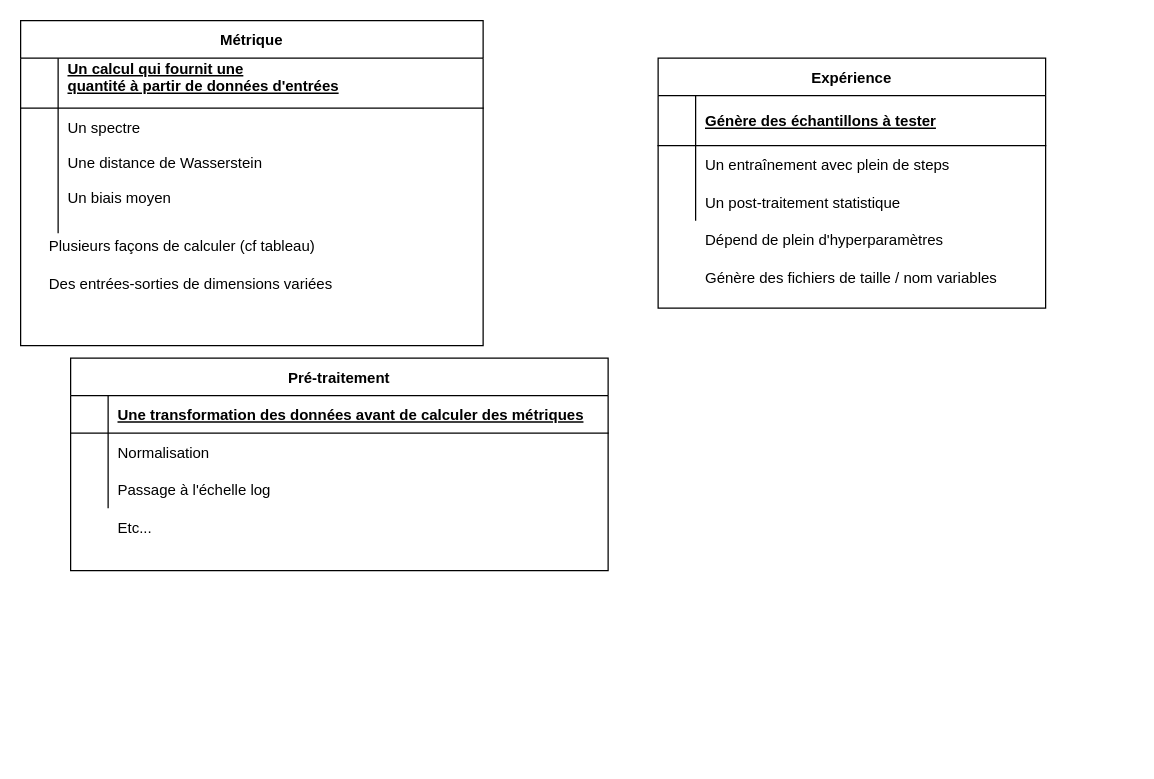
Earlier version of the draw.io diagram schemas_score_crawl.drawio (flyIchtus/score_crawl). Source tidied: cells renumbered, new cells numbered last; positions are measured from the earlier drawing's top-left corner, leaving out a move shared by most shapes. Both pictures are drawn from the tidied source at 125%, with x=0, y=0 at pixel (20, 20).
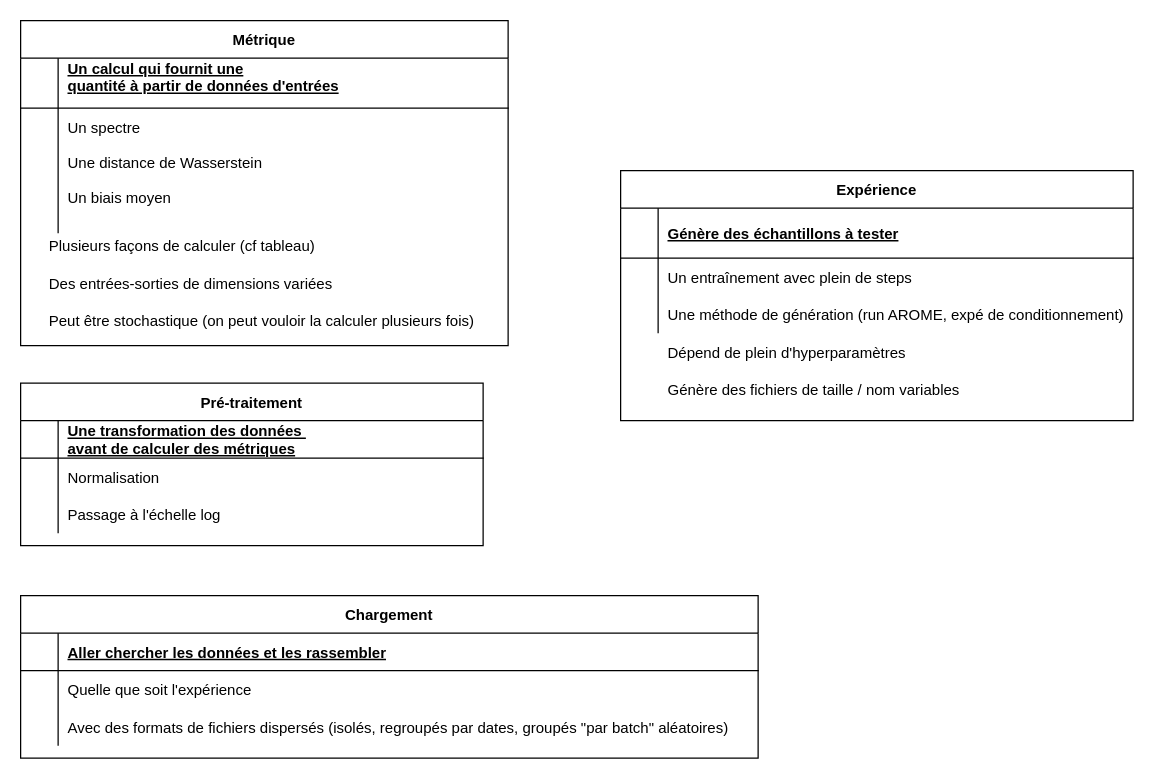
The same page after the edit.

Commit message (it also covers changes not shown here):
Mettre à jour schemas_score_crawl.drawio

The edit, as a diff of the source:
```diff
@@
     <mxCell id="2" value="Pré-traitement" style="shape=table;startSize=30;childLayout=tableLayout;rowLines=0;fontStyle=1;align=center;" parent="1" vertex="1">
-      <mxGeometry x="40" y="270" width="430" height="170" as="geometry" />
+      <mxGeometry y="290" width="370" height="130" as="geometry" />
     </mxCell>
     <mxCell id="3" style="shape=partialRectangle;fillColor=none;top=0;left=0;right=0;bottom=1;" parent="2" vertex="1">
-      <mxGeometry y="30" width="430" height="30" as="geometry" />
+      <mxGeometry y="30" width="370" height="30" as="geometry" />
     </mxCell>
@@
-    <mxCell id="5" value="Une transformation des données avant de calculer des métriques" style="shape=partialRectangle;overflow=hidden;fillColor=none;top=0;left=0;bottom=0;right=0;align=left;spacingLeft=6;fontStyle=5;" parent="3" vertex="1">
-      <mxGeometry x="30" width="400" height="30" as="geometry" />
+    <mxCell id="5" value="Une transformation des données &#10;avant de calculer des métriques" style="shape=partialRectangle;overflow=hidden;fillColor=none;top=0;left=0;bottom=0;right=0;align=left;spacingLeft=6;fontStyle=5;" parent="3" vertex="1">
+      <mxGeometry x="30" width="340" height="30" as="geometry" />
     </mxCell>
     <mxCell id="6" style="shape=partialRectangle;fillColor=none;top=0;left=0;right=0;bottom=0;" parent="2" vertex="1">
-      <mxGeometry y="60" width="430" height="30" as="geometry" />
+      <mxGeometry y="60" width="370" height="30" as="geometry" />
     </mxCell>
@@
     <mxCell id="8" value="Normalisation" style="shape=partialRectangle;overflow=hidden;fillColor=none;top=0;left=0;bottom=0;right=0;align=left;spacingLeft=6;" parent="6" vertex="1">
-      <mxGeometry x="30" width="400" height="30" as="geometry" />
+      <mxGeometry x="30" width="340" height="30" as="geometry" />
     </mxCell>
     <mxCell id="9" style="shape=partialRectangle;fillColor=none;top=0;left=0;right=0;bottom=0;" parent="2" vertex="1">
-      <mxGeometry y="90" width="430" height="30" as="geometry" />
+      <mxGeometry y="90" width="370" height="30" as="geometry" />
     </mxCell>
@@
     <mxCell id="11" value="Passage à l'échelle log" style="shape=partialRectangle;overflow=hidden;fillColor=none;top=0;left=0;bottom=0;right=0;align=left;spacingLeft=6;" parent="9" vertex="1">
-      <mxGeometry x="30" width="400" height="30" as="geometry" />
+      <mxGeometry x="30" width="340" height="30" as="geometry" />
     </mxCell>
     <mxCell id="12" value="Métrique" style="shape=table;startSize=30;childLayout=tableLayout;rowLines=0;fontStyle=1;align=center;" parent="1" vertex="1">
-      <mxGeometry width="370" height="260" as="geometry" />
+      <mxGeometry width="390" height="260" as="geometry" />
     </mxCell>
     <mxCell id="13" style="shape=partialRectangle;fillColor=none;top=0;left=0;right=0;bottom=1;" parent="12" vertex="1">
-      <mxGeometry y="30" width="370" height="40" as="geometry" />
+      <mxGeometry y="30" width="390" height="40" as="geometry" />
     </mxCell>
@@
     <mxCell id="15" value="Un calcul qui fournit une &#10;quantité à partir de données d'entrées&#10;&#10;" style="shape=partialRectangle;overflow=hidden;fillColor=none;top=0;left=0;bottom=0;right=0;align=left;spacingLeft=6;fontStyle=5;" parent="13" vertex="1">
-      <mxGeometry x="30" width="340" height="40" as="geometry" />
+      <mxGeometry x="30" width="360" height="40" as="geometry" />
     </mxCell>
     <mxCell id="16" style="shape=partialRectangle;fillColor=none;top=0;left=0;right=0;bottom=0;" parent="12" vertex="1">
-      <mxGeometry y="70" width="370" height="100" as="geometry" />
+      <mxGeometry y="70" width="390" height="100" as="geometry" />
     </mxCell>
@@
     <mxCell id="18" value="Un spectre&#10;&#10;Une distance de Wasserstein&#10;&#10;Un biais moyen&#10;" style="shape=partialRectangle;overflow=hidden;fillColor=none;top=0;left=0;bottom=0;right=0;align=left;spacingLeft=6;" parent="16" vertex="1">
-      <mxGeometry x="30" width="340" height="100" as="geometry" />
+      <mxGeometry x="30" width="360" height="100" as="geometry" />
     </mxCell>
@@
     <mxCell id="20" style="group;" parent="1" vertex="1">
-      <mxGeometry x="510" y="30" width="310" height="200" as="geometry" />
+      <mxGeometry x="480" y="120" width="410" height="200" as="geometry" />
     </mxCell>
     <mxCell id="21" value="Expérience" style="shape=table;startSize=30;childLayout=tableLayout;rowLines=0;fontStyle=1;align=center;" parent="20" vertex="1">
-      <mxGeometry width="310" height="200" as="geometry" />
+      <mxGeometry width="410" height="200" as="geometry" />
     </mxCell>
     <mxCell id="22" style="shape=partialRectangle;fillColor=none;top=0;left=0;right=0;bottom=1;" parent="21" vertex="1">
-      <mxGeometry y="30" width="310" height="40" as="geometry" />
+      <mxGeometry y="30" width="410" height="40" as="geometry" />
     </mxCell>
@@
     <mxCell id="24" value="Génère des échantillons à tester" style="shape=partialRectangle;overflow=hidden;fillColor=none;top=0;left=0;bottom=0;right=0;align=left;spacingLeft=6;fontStyle=5;" parent="22" vertex="1">
-      <mxGeometry x="30" width="280" height="40" as="geometry" />
+      <mxGeometry x="30" width="380" height="40" as="geometry" />
     </mxCell>
     <mxCell id="25" style="shape=partialRectangle;fillColor=none;top=0;left=0;right=0;bottom=0;" parent="21" vertex="1">
-      <mxGeometry y="70" width="310" height="30" as="geometry" />
+      <mxGeometry y="70" width="410" height="30" as="geometry" />
     </mxCell>
@@
     <mxCell id="27" value="Un entraînement avec plein de steps" style="shape=partialRectangle;overflow=hidden;fillColor=none;top=0;left=0;bottom=0;right=0;align=left;spacingLeft=6;" parent="25" vertex="1">
-      <mxGeometry x="30" width="280" height="30" as="geometry" />
+      <mxGeometry x="30" width="380" height="30" as="geometry" />
     </mxCell>
     <mxCell id="28" style="shape=partialRectangle;fillColor=none;top=0;left=0;right=0;bottom=0;" parent="21" vertex="1">
-      <mxGeometry y="100" width="310" height="30" as="geometry" />
+      <mxGeometry y="100" width="410" height="30" as="geometry" />
     </mxCell>
@@
-    <mxCell id="30" value="Un post-traitement statistique" style="shape=partialRectangle;overflow=hidden;fillColor=none;top=0;left=0;bottom=0;right=0;align=left;spacingLeft=6;" parent="28" vertex="1">
-      <mxGeometry x="30" width="280" height="30" as="geometry" />
+    <mxCell id="30" value="Une méthode de génération (run AROME, expé de conditionnement)" style="shape=partialRectangle;overflow=hidden;fillColor=none;top=0;left=0;bottom=0;right=0;align=left;spacingLeft=6;" parent="28" vertex="1">
+      <mxGeometry x="30" width="380" height="30" as="geometry" />
     </mxCell>
@@
-    <mxCell id="33" value="Etc..." style="shape=partialRectangle;overflow=hidden;fillColor=none;top=0;left=0;bottom=0;right=0;align=left;spacingLeft=6;" parent="1" vertex="1">
-      <mxGeometry x="70" y="390" width="400" height="30" as="geometry" />
-    </mxCell>
@@
+    <mxCell id="35" value="Chargement" style="shape=table;startSize=30;childLayout=tableLayout;rowLines=0;fontStyle=1;align=center;" parent="1" vertex="1">
+      <mxGeometry y="460" width="590" height="130" as="geometry" />
+    </mxCell>
+    <mxCell id="36" style="shape=partialRectangle;fillColor=none;top=0;left=0;right=0;bottom=1;" parent="35" vertex="1">
+      <mxGeometry y="30" width="590" height="30" as="geometry" />
+    </mxCell>
+    <mxCell id="37" style="shape=partialRectangle;overflow=hidden;fillColor=none;top=0;left=0;bottom=0;right=0;fontStyle=1;" parent="36" vertex="1">
+      <mxGeometry width="30" height="30" as="geometry" />
+    </mxCell>
+    <mxCell id="38" value="Aller chercher les données et les rassembler" style="shape=partialRectangle;overflow=hidden;fillColor=none;top=0;left=0;bottom=0;right=0;align=left;spacingLeft=6;fontStyle=5;" parent="36" vertex="1">
+      <mxGeometry x="30" width="560" height="30" as="geometry" />
+    </mxCell>
+    <mxCell id="39" style="shape=partialRectangle;fillColor=none;top=0;left=0;right=0;bottom=0;" parent="35" vertex="1">
+      <mxGeometry y="60" width="590" height="30" as="geometry" />
+    </mxCell>
+    <mxCell id="40" style="shape=partialRectangle;overflow=hidden;fillColor=none;top=0;left=0;bottom=0;right=0;" parent="39" vertex="1">
+      <mxGeometry width="30" height="30" as="geometry" />
+    </mxCell>
+    <mxCell id="41" value="Quelle que soit l'expérience" style="shape=partialRectangle;overflow=hidden;fillColor=none;top=0;left=0;bottom=0;right=0;align=left;spacingLeft=6;" parent="39" vertex="1">
+      <mxGeometry x="30" width="560" height="30" as="geometry" />
+    </mxCell>
+    <mxCell id="42" style="shape=partialRectangle;fillColor=none;top=0;left=0;right=0;bottom=0;" parent="35" vertex="1">
+      <mxGeometry y="90" width="590" height="30" as="geometry" />
+    </mxCell>
+    <mxCell id="43" style="shape=partialRectangle;overflow=hidden;fillColor=none;top=0;left=0;bottom=0;right=0;" parent="42" vertex="1">
+      <mxGeometry width="30" height="30" as="geometry" />
+    </mxCell>
+    <mxCell id="44" value="Avec des formats de fichiers dispersés (isolés, regroupés par dates, groupés &quot;par batch&quot; aléatoires)" style="shape=partialRectangle;overflow=hidden;fillColor=none;top=0;left=0;bottom=0;right=0;align=left;spacingLeft=6;" parent="42" vertex="1">
+      <mxGeometry x="30" width="560" height="30" as="geometry" />
+    </mxCell>
+    <mxCell id="45" value="Peut être stochastique (on peut vouloir la calculer plusieurs fois)" style="shape=partialRectangle;overflow=hidden;fillColor=none;top=0;left=0;bottom=0;right=0;align=left;spacingLeft=6;" parent="1" vertex="1">
+      <mxGeometry x="15" y="230" width="355" height="20" as="geometry" />
+    </mxCell>
```
